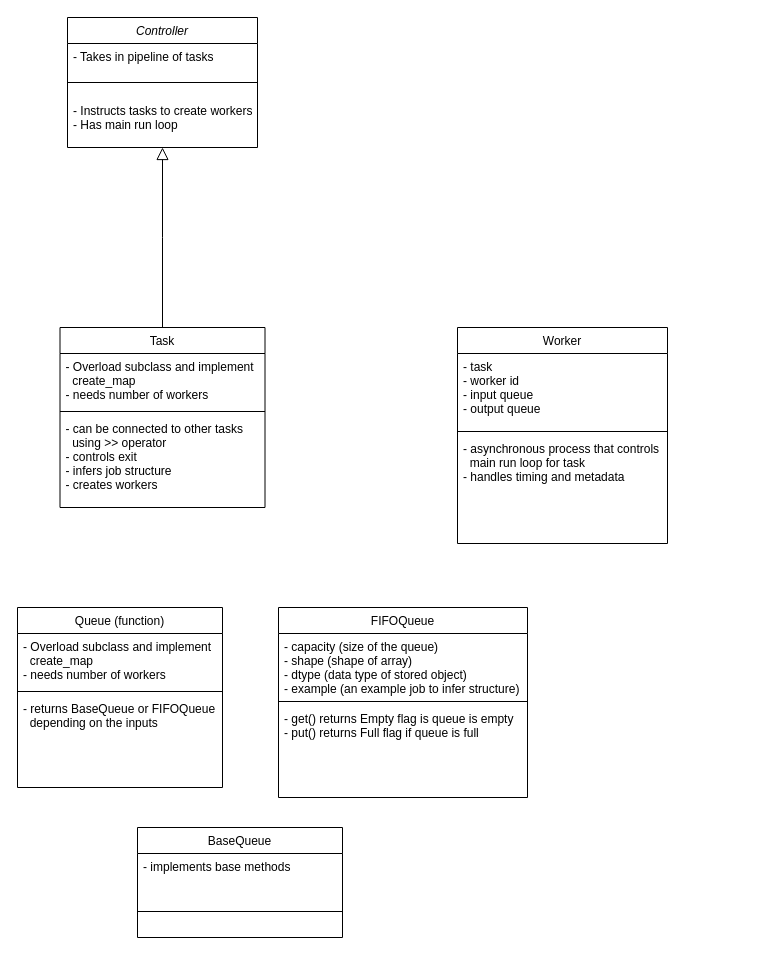
The draw.io diagram documentation.drawio in jfw225/ptlib, before the edit. Source tidied: cells renumbered, new cells numbered last; positions are measured from the earlier drawing's top-left corner, leaving out a move shared by most shapes. Both pictures are drawn from the tidied source at 100%, with x=0, y=0 at pixel (17, 17).
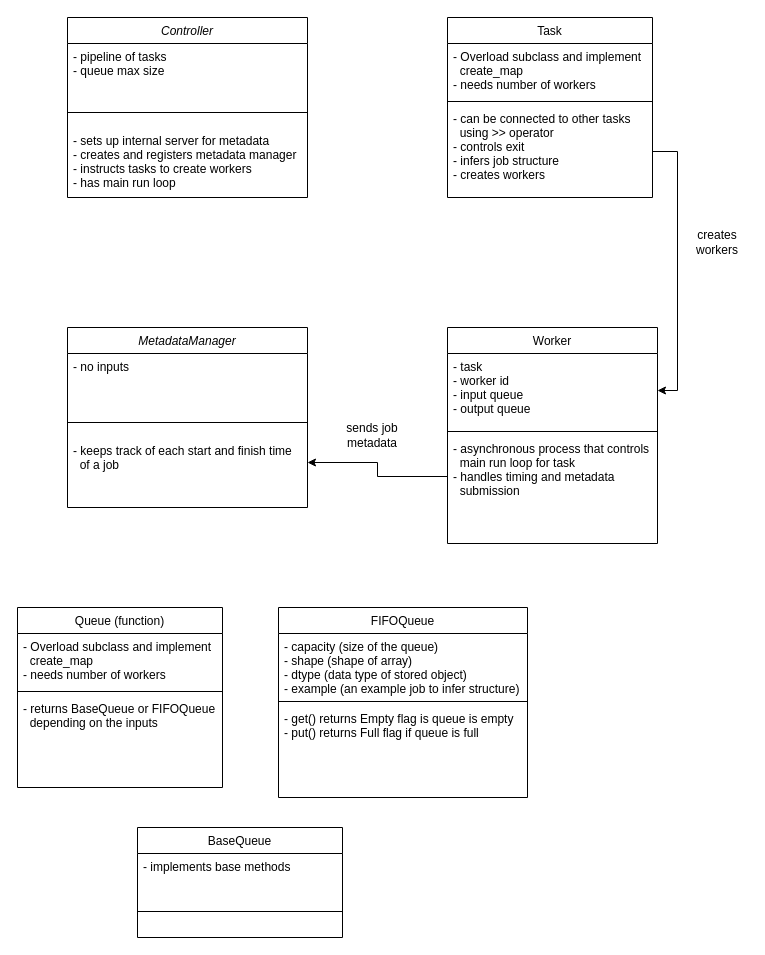
The same diagram, later.

Unchanged cells that the change refers to:
```xml
<mxCell id="9" value="- can be connected to other tasks &#10;  using &gt;&gt; operator&#10;- controls exit&#10;- infers job structure&#10;- creates workers" style="text;align=left;verticalAlign=top;spacingLeft=4;spacingRight=4;overflow=hidden;points=[[0,0.5],[1,0.5]];portConstraint=eastwest;fontStyle=0;" parent="6" vertex="1">
  <mxGeometry y="88" width="205" height="92" as="geometry" />
</mxCell>
<mxCell id="12" value="- task&#10;- worker id&#10;- input queue&#10;- output queue" style="text;align=left;verticalAlign=top;spacingLeft=4;spacingRight=4;overflow=hidden;points=[[0,0.5],[1,0.5]];portConstraint=eastwest;" parent="11" vertex="1">
  <mxGeometry y="26" width="210" height="74" as="geometry" />
</mxCell>
```

Change to the diagram source:
```diff
@@
     <mxCell id="2" value="Controller" style="swimlane;fontStyle=2;align=center;verticalAlign=top;horizontal=1;startSize=26;rounded=0;shadow=0;strokeWidth=1;" parent="1" vertex="1">
-      <mxGeometry x="50" width="190" height="130" as="geometry" />
+      <mxGeometry x="50" width="240" height="180" as="geometry" />
     </mxCell>
-    <mxCell id="3" value="- Takes in pipeline of tasks&#10;" style="text;align=left;verticalAlign=top;spacingLeft=4;spacingRight=4;overflow=hidden;" parent="2" vertex="1">
-      <mxGeometry y="26" width="190" height="24" as="geometry" />
+    <mxCell id="3" value="- pipeline of tasks&#10;- queue max size&#10;" style="text;align=left;verticalAlign=top;spacingLeft=4;spacingRight=4;overflow=hidden;" parent="2" vertex="1">
+      <mxGeometry y="26" width="240" height="54" as="geometry" />
     </mxCell>
     <mxCell id="4" style="line;html=1;strokeWidth=1;align=left;verticalAlign=middle;spacingTop=-1;spacingLeft=3;spacingRight=3;labelPosition=right;" parent="2" vertex="1">
-      <mxGeometry y="50" width="190" height="30" as="geometry" />
+      <mxGeometry y="80" width="240" height="30" as="geometry" />
     </mxCell>
-    <mxCell id="5" value="- Instructs tasks to create workers&#10;- Has main run loop" style="text;align=left;verticalAlign=top;spacingLeft=4;spacingRight=4;overflow=hidden;" parent="2" vertex="1">
-      <mxGeometry y="80" width="190" height="40" as="geometry" />
+    <mxCell id="5" value="- sets up internal server for metadata&#10;- creates and registers metadata manager&#10;- instructs tasks to create workers&#10;- has main run loop" style="text;align=left;verticalAlign=top;spacingLeft=4;spacingRight=4;overflow=hidden;" parent="2" vertex="1">
+      <mxGeometry y="110" width="240" height="70" as="geometry" />
     </mxCell>
     <mxCell id="6" value="Task" style="swimlane;fontStyle=0;align=center;verticalAlign=top;horizontal=1;startSize=26;rounded=0;shadow=0;strokeWidth=1;" parent="1" vertex="1">
-      <mxGeometry x="42.5" y="310" width="205" height="180" as="geometry" />
+      <mxGeometry x="430" width="205" height="180" as="geometry" />
     </mxCell>
@@
-    <mxCell id="10" style="endArrow=block;endSize=10;endFill=0;shadow=0;strokeWidth=1;rounded=0;edgeStyle=elbowEdgeStyle;elbow=vertical;" parent="1" edge="1" source="6" target="2">
-      <mxGeometry relative="1" as="geometry" />
-    </mxCell>
     <mxCell id="11" value="Worker&#10;" style="swimlane;fontStyle=0;align=center;verticalAlign=top;horizontal=1;startSize=26;rounded=0;shadow=0;strokeWidth=1;" parent="1" vertex="1">
-      <mxGeometry x="440" y="310" width="210" height="216" as="geometry" />
+      <mxGeometry x="430" y="310" width="210" height="216" as="geometry" />
     </mxCell>
@@
-    <mxCell id="14" value="- asynchronous process that controls &#10;  main run loop for task&#10;- handles timing and metadata" style="text;align=left;verticalAlign=top;spacingLeft=4;spacingRight=4;overflow=hidden;points=[[0,0.5],[1,0.5]];portConstraint=eastwest;" parent="11" vertex="1">
+    <mxCell id="14" value="- asynchronous process that controls &#10;  main run loop for task&#10;- handles timing and metadata &#10;  submission" style="text;align=left;verticalAlign=top;spacingLeft=4;spacingRight=4;overflow=hidden;points=[[0,0.5],[1,0.5]];portConstraint=eastwest;" parent="11" vertex="1">
       <mxGeometry y="108" width="210" height="82" as="geometry" />
     </mxCell>
@@
+    <mxCell id="26" value="creates workers" style="text;html=1;strokeColor=none;fillColor=none;align=center;verticalAlign=middle;whiteSpace=wrap;rounded=0;" parent="1" vertex="1">
+      <mxGeometry x="670" y="210" width="60" height="30" as="geometry" />
+    </mxCell>
+    <mxCell id="27" style="edgeStyle=orthogonalEdgeStyle;rounded=0;jettySize=auto;html=1;exitX=1;exitY=0.5;exitDx=0;exitDy=0;entryX=1;entryY=0.5;entryDx=0;entryDy=0;" parent="1" edge="1" source="9" target="12">
+      <mxGeometry relative="1" as="geometry" />
+    </mxCell>
+    <mxCell id="28" value="MetadataManager" style="swimlane;fontStyle=2;align=center;verticalAlign=top;horizontal=1;startSize=26;rounded=0;shadow=0;strokeWidth=1;" parent="1" vertex="1">
+      <mxGeometry x="50" y="310" width="240" height="180" as="geometry" />
+    </mxCell>
+    <mxCell id="29" value="- no inputs" style="text;align=left;verticalAlign=top;spacingLeft=4;spacingRight=4;overflow=hidden;" parent="28" vertex="1">
+      <mxGeometry y="26" width="240" height="54" as="geometry" />
+    </mxCell>
+    <mxCell id="30" style="line;html=1;strokeWidth=1;align=left;verticalAlign=middle;spacingTop=-1;spacingLeft=3;spacingRight=3;labelPosition=right;" parent="28" vertex="1">
+      <mxGeometry y="80" width="240" height="30" as="geometry" />
+    </mxCell>
+    <mxCell id="31" value="- keeps track of each start and finish time &#10;  of a job" style="text;align=left;verticalAlign=top;spacingLeft=4;spacingRight=4;overflow=hidden;points=[[0,0.5],[1,0.5]];portConstraint=eastwest;" parent="28" vertex="1">
+      <mxGeometry y="110" width="240" height="50" as="geometry" />
+    </mxCell>
+    <mxCell id="32" style="edgeStyle=orthogonalEdgeStyle;rounded=0;jettySize=auto;html=1;exitX=0;exitY=0.5;exitDx=0;exitDy=0;entryX=1;entryY=0.5;entryDx=0;entryDy=0;" parent="1" edge="1" source="14" target="31">
+      <mxGeometry relative="1" as="geometry" />
+    </mxCell>
+    <mxCell id="33" value="sends job metadata" style="text;html=1;strokeColor=none;fillColor=none;align=center;verticalAlign=middle;whiteSpace=wrap;rounded=0;" parent="1" vertex="1">
+      <mxGeometry x="325" y="403" width="60" height="30" as="geometry" />
+    </mxCell>
```
